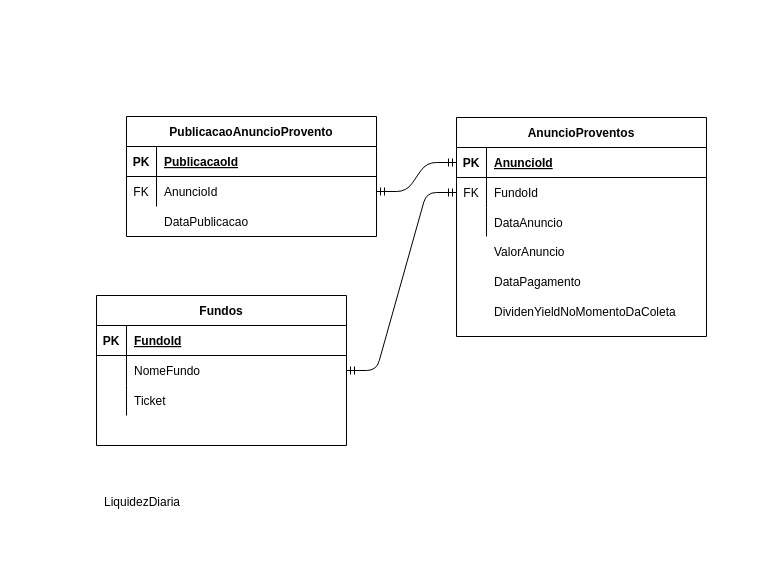
Earlier version of the draw.io diagram RadarFII.Data/ScriptsDB/RadaFii_db.drawio (VitorSancho/RadarFII). Source tidied: cells renumbered, new cells numbered last; positions are measured from the earlier drawing's top-left corner, leaving out a move shared by most shapes. Both pictures are drawn from the tidied source at 100%, with x=0, y=0 at pixel (96, 116).
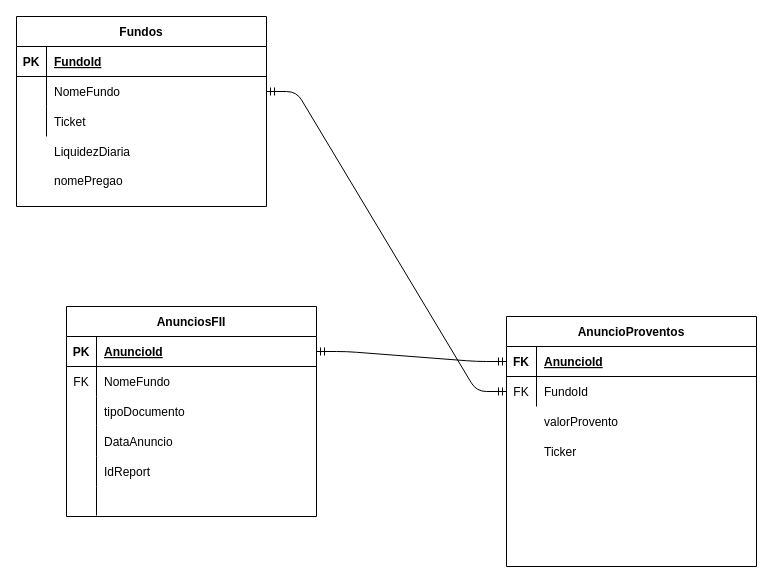
The same diagram, later.

Unchanged cells that the change refers to:
```xml
<mxCell id="5" style="shape=partialRectangle;fillColor=none;points=[[0,0.5],[1,0.5]];portConstraint=eastwest;top=0;left=0;right=0;bottom=1;" parent="4" vertex="1">
  <mxGeometry y="30" width="250" height="30" as="geometry" />
</mxCell>
```

Diff of the diagram source:
```diff
@@
-    <mxCell id="2" style="edgeStyle=entityRelationEdgeStyle;endArrow=ERmandOne;startArrow=ERmandOne;endFill=0;startFill=0;exitX=1;exitY=0.5;exitDx=0;exitDy=0;entryX=0;entryY=0.5;entryDx=0;entryDy=0;" parent="1" edge="1" source="28" target="5">
-      <mxGeometry relative="1" as="geometry" />
-    </mxCell>
@@
     <mxCell id="4" value="AnuncioProventos" style="shape=table;startSize=30;childLayout=tableLayout;rowLines=0;fontStyle=1;align=center;" parent="1" vertex="1">
-      <mxGeometry x="360" y="1" width="250" height="219" as="geometry" />
+      <mxGeometry x="410" y="200" width="250" height="250" as="geometry" />
     </mxCell>
@@
-    <mxCell id="6" value="PK" style="shape=partialRectangle;overflow=hidden;fillColor=none;top=0;left=0;bottom=0;right=0;fontStyle=1;" parent="5" vertex="1">
+    <mxCell id="6" value="FK" style="shape=partialRectangle;overflow=hidden;fillColor=none;top=0;left=0;bottom=0;right=0;fontStyle=1;" parent="5" vertex="1">
       <mxGeometry width="30" height="30" as="geometry" />
     </mxCell>
@@
-    <mxCell id="11" style="shape=partialRectangle;fillColor=none;top=0;left=0;right=0;bottom=0;" parent="4" vertex="1">
-      <mxGeometry y="90" width="250" height="29" as="geometry" />
-    </mxCell>
-    <mxCell id="12" style="shape=partialRectangle;overflow=hidden;fillColor=none;top=0;left=0;bottom=0;right=0;" parent="11" vertex="1">
-      <mxGeometry width="30" height="29" as="geometry" />
-    </mxCell>
-    <mxCell id="13" value="DataAnuncio" style="shape=partialRectangle;overflow=hidden;fillColor=none;top=0;left=0;bottom=0;right=0;align=left;spacingLeft=6;" parent="11" vertex="1">
-      <mxGeometry x="30" width="220" height="29" as="geometry" />
-    </mxCell>
     <mxCell id="14" value="Fundos" style="shape=table;startSize=30;childLayout=tableLayout;rowLines=0;fontStyle=1;align=center;" parent="1" vertex="1">
-      <mxGeometry y="179" width="250" height="150" as="geometry" />
+      <mxGeometry x="-80" y="-100" width="250" height="190" as="geometry" />
     </mxCell>
@@
-    <mxCell id="24" value="PublicacaoAnuncioProvento" style="shape=table;startSize=30;childLayout=tableLayout;rowLines=0;fontStyle=1;align=center;" parent="1" vertex="1">
-      <mxGeometry x="30" width="250" height="120" as="geometry" />
-    </mxCell>
+    <mxCell id="41" value="LiquidezDiaria" style="shape=partialRectangle;overflow=hidden;fillColor=none;top=0;left=0;bottom=0;right=0;align=left;spacingLeft=6;" parent="1" vertex="1">
+      <mxGeometry x="-50" y="20" width="220" height="30" as="geometry" />
+    </mxCell>
+    <mxCell id="42" value="AnunciosFII" style="shape=table;startSize=30;childLayout=tableLayout;rowLines=0;fontStyle=1;align=center;" parent="1" vertex="1">
+      <mxGeometry x="-30" y="190" width="250" height="210" as="geometry" />
+    </mxCell>
-    <mxCell id="25" style="shape=partialRectangle;fillColor=none;points=[[0,0.5],[1,0.5]];portConstraint=eastwest;top=0;left=0;right=0;bottom=1;" parent="24" vertex="1">
+    <mxCell id="25" style="shape=partialRectangle;fillColor=none;points=[[0,0.5],[1,0.5]];portConstraint=eastwest;top=0;left=0;right=0;bottom=1;" parent="42" vertex="1">
       <mxGeometry y="30" width="250" height="30" as="geometry" />
     </mxCell>
@@
-    <mxCell id="27" value="PublicacaoId" style="shape=partialRectangle;overflow=hidden;fillColor=none;top=0;left=0;bottom=0;right=0;align=left;spacingLeft=6;fontStyle=5;" parent="25" vertex="1">
-      <mxGeometry x="30" width="220" height="30" as="geometry" />
-    </mxCell>
+    <mxCell id="30" value="AnuncioId" style="shape=partialRectangle;overflow=hidden;fillColor=none;top=0;left=0;bottom=0;right=0;align=left;spacingLeft=6;fontStyle=5;" parent="25" vertex="1">
+      <mxGeometry x="30" width="220" height="30" as="geometry" />
+    </mxCell>
-    <mxCell id="28" style="shape=partialRectangle;fillColor=none;points=[[0,0.5],[1,0.5]];portConstraint=eastwest;top=0;left=0;right=0;bottom=0;" parent="24" vertex="1">
+    <mxCell id="28" style="shape=partialRectangle;fillColor=none;points=[[0,0.5],[1,0.5]];portConstraint=eastwest;top=0;left=0;right=0;bottom=0;" parent="42" vertex="1">
       <mxGeometry y="60" width="250" height="30" as="geometry" />
     </mxCell>
@@
-    <mxCell id="30" value="AnuncioId" style="shape=partialRectangle;overflow=hidden;fillColor=none;top=0;left=0;bottom=0;right=0;align=left;spacingLeft=6;" parent="28" vertex="1">
-      <mxGeometry x="30" width="220" height="30" as="geometry" />
-    </mxCell>
-    <mxCell id="31" style="shape=partialRectangle;fillColor=none;top=0;left=0;right=0;bottom=0;" parent="1" vertex="1">
-      <mxGeometry x="360" y="120" width="250" height="29" as="geometry" />
-    </mxCell>
-    <mxCell id="32" style="shape=partialRectangle;overflow=hidden;fillColor=none;top=0;left=0;bottom=0;right=0;" parent="31" vertex="1">
-      <mxGeometry width="30" height="29" as="geometry" />
-    </mxCell>
-    <mxCell id="33" value="ValorAnuncio" style="shape=partialRectangle;overflow=hidden;fillColor=none;top=0;left=0;bottom=0;right=0;align=left;spacingLeft=6;" parent="31" vertex="1">
-      <mxGeometry x="30" width="220" height="29" as="geometry" />
-    </mxCell>
-    <mxCell id="34" style="shape=partialRectangle;fillColor=none;top=0;left=0;right=0;bottom=0;" parent="1" vertex="1">
-      <mxGeometry x="360" y="150" width="250" height="29" as="geometry" />
-    </mxCell>
-    <mxCell id="35" style="shape=partialRectangle;overflow=hidden;fillColor=none;top=0;left=0;bottom=0;right=0;" parent="34" vertex="1">
-      <mxGeometry width="30" height="29" as="geometry" />
-    </mxCell>
-    <mxCell id="36" value="DataPagamento" style="shape=partialRectangle;overflow=hidden;fillColor=none;top=0;left=0;bottom=0;right=0;align=left;spacingLeft=6;" parent="34" vertex="1">
-      <mxGeometry x="30" width="220" height="29" as="geometry" />
-    </mxCell>
-    <mxCell id="37" style="shape=partialRectangle;fillColor=none;top=0;left=0;right=0;bottom=0;" parent="1" vertex="1">
-      <mxGeometry x="360" y="180" width="250" height="29" as="geometry" />
-    </mxCell>
-    <mxCell id="38" style="shape=partialRectangle;overflow=hidden;fillColor=none;top=0;left=0;bottom=0;right=0;" parent="37" vertex="1">
-      <mxGeometry width="30" height="29" as="geometry" />
-    </mxCell>
-    <mxCell id="39" value="DividenYieldNoMomentoDaColeta" style="shape=partialRectangle;overflow=hidden;fillColor=none;top=0;left=0;bottom=0;right=0;align=left;spacingLeft=6;" parent="37" vertex="1">
-      <mxGeometry x="30" width="220" height="29" as="geometry" />
-    </mxCell>
-    <mxCell id="40" value="DataPublicacao" style="shape=partialRectangle;overflow=hidden;fillColor=none;top=0;left=0;bottom=0;right=0;align=left;spacingLeft=6;" parent="1" vertex="1">
-      <mxGeometry x="60" y="90" width="220" height="30" as="geometry" />
-    </mxCell>
-    <mxCell id="41" value="LiquidezDiaria" style="shape=partialRectangle;overflow=hidden;fillColor=none;top=0;left=0;bottom=0;right=0;align=left;spacingLeft=6;" parent="1" vertex="1">
-      <mxGeometry y="370" width="220" height="30" as="geometry" />
-    </mxCell>
+    <mxCell id="43" value="NomeFundo" style="shape=partialRectangle;overflow=hidden;fillColor=none;top=0;left=0;bottom=0;right=0;align=left;spacingLeft=6;" parent="28" vertex="1">
+      <mxGeometry x="30" width="220" height="30" as="geometry" />
+    </mxCell>
+    <mxCell id="44" style="shape=partialRectangle;fillColor=none;top=0;left=0;right=0;bottom=0;" parent="42" vertex="1">
+      <mxGeometry y="90" width="250" height="29" as="geometry" />
+    </mxCell>
+    <mxCell id="45" style="shape=partialRectangle;overflow=hidden;fillColor=none;top=0;left=0;bottom=0;right=0;" parent="44" vertex="1">
+      <mxGeometry width="30" height="29" as="geometry" />
+    </mxCell>
+    <mxCell id="46" value="tipoDocumento" style="shape=partialRectangle;overflow=hidden;fillColor=none;top=0;left=0;bottom=0;right=0;align=left;spacingLeft=6;" parent="44" vertex="1">
+      <mxGeometry x="30" width="220" height="29" as="geometry" />
+    </mxCell>
+    <mxCell id="11" style="shape=partialRectangle;fillColor=none;top=0;left=0;right=0;bottom=0;" parent="42" vertex="1">
+      <mxGeometry y="119" width="250" height="31" as="geometry" />
+    </mxCell>
+    <mxCell id="12" style="shape=partialRectangle;overflow=hidden;fillColor=none;top=0;left=0;bottom=0;right=0;" parent="11" vertex="1">
+      <mxGeometry width="30" height="31" as="geometry" />
+    </mxCell>
+    <mxCell id="13" value="DataAnuncio" style="shape=partialRectangle;overflow=hidden;fillColor=none;top=0;left=0;bottom=0;right=0;align=left;spacingLeft=6;" parent="11" vertex="1">
+      <mxGeometry x="30" width="220" height="31" as="geometry" />
+    </mxCell>
+    <mxCell id="47" style="shape=partialRectangle;fillColor=none;top=0;left=0;right=0;bottom=0;" parent="42" vertex="1">
+      <mxGeometry y="150" width="250" height="30" as="geometry" />
+    </mxCell>
+    <mxCell id="48" style="shape=partialRectangle;overflow=hidden;fillColor=none;top=0;left=0;bottom=0;right=0;" parent="47" vertex="1">
+      <mxGeometry width="30" height="30" as="geometry" />
+    </mxCell>
+    <mxCell id="49" style="shape=partialRectangle;overflow=hidden;fillColor=none;top=0;left=0;bottom=0;right=0;align=left;spacingLeft=6;" parent="47" vertex="1">
+      <mxGeometry x="30" width="220" height="30" as="geometry" />
+    </mxCell>
+    <mxCell id="50" style="shape=partialRectangle;fillColor=none;top=0;left=0;right=0;bottom=0;" parent="42" vertex="1">
+      <mxGeometry y="180" width="250" height="29" as="geometry" />
+    </mxCell>
+    <mxCell id="51" style="shape=partialRectangle;overflow=hidden;fillColor=none;top=0;left=0;bottom=0;right=0;" parent="50" vertex="1">
+      <mxGeometry width="30" height="29" as="geometry" />
+    </mxCell>
+    <mxCell id="52" style="shape=partialRectangle;overflow=hidden;fillColor=none;top=0;left=0;bottom=0;right=0;align=left;spacingLeft=6;" parent="50" vertex="1">
+      <mxGeometry x="30" width="220" height="29" as="geometry" />
+    </mxCell>
+    <mxCell id="53" value="nomePregao" style="shape=partialRectangle;overflow=hidden;fillColor=none;top=0;left=0;bottom=0;right=0;align=left;spacingLeft=6;" parent="1" vertex="1">
+      <mxGeometry x="-50" y="49" width="220" height="30" as="geometry" />
+    </mxCell>
+    <mxCell id="54" style="shape=partialRectangle;fillColor=none;top=0;left=0;right=0;bottom=0;" parent="1" vertex="1">
+      <mxGeometry x="410" y="320" width="250" height="29" as="geometry" />
+    </mxCell>
+    <mxCell id="55" style="shape=partialRectangle;overflow=hidden;fillColor=none;top=0;left=0;bottom=0;right=0;" parent="54" vertex="1">
+      <mxGeometry width="30" height="29" as="geometry" />
+    </mxCell>
+    <mxCell id="56" value="Ticker" style="shape=partialRectangle;overflow=hidden;fillColor=none;top=0;left=0;bottom=0;right=0;align=left;spacingLeft=6;" parent="54" vertex="1">
+      <mxGeometry x="30" width="220" height="29" as="geometry" />
+    </mxCell>
+    <mxCell id="57" style="edgeStyle=entityRelationEdgeStyle;endArrow=ERmandOne;startArrow=ERmandOne;endFill=0;startFill=0;exitX=0;exitY=0.5;exitDx=0;exitDy=0;entryX=1;entryY=0.5;entryDx=0;entryDy=0;" parent="1" edge="1" source="5" target="25">
+      <mxGeometry relative="1" as="geometry" />
+    </mxCell>
+    <mxCell id="58" style="shape=partialRectangle;fillColor=none;top=0;left=0;right=0;bottom=0;" parent="1" vertex="1">
+      <mxGeometry x="410" y="290" width="250" height="29" as="geometry" />
+    </mxCell>
+    <mxCell id="59" style="shape=partialRectangle;overflow=hidden;fillColor=none;top=0;left=0;bottom=0;right=0;" parent="58" vertex="1">
+      <mxGeometry width="30" height="29" as="geometry" />
+    </mxCell>
+    <mxCell id="60" value="valorProvento" style="shape=partialRectangle;overflow=hidden;fillColor=none;top=0;left=0;bottom=0;right=0;align=left;spacingLeft=6;" parent="58" vertex="1">
+      <mxGeometry x="30" width="220" height="29" as="geometry" />
+    </mxCell>
+    <mxCell id="61" style="shape=partialRectangle;fillColor=none;top=0;left=0;right=0;bottom=0;" parent="1" vertex="1">
+      <mxGeometry x="-30" y="340" width="250" height="29" as="geometry" />
+    </mxCell>
+    <mxCell id="62" style="shape=partialRectangle;overflow=hidden;fillColor=none;top=0;left=0;bottom=0;right=0;" parent="61" vertex="1">
+      <mxGeometry width="30" height="29" as="geometry" />
+    </mxCell>
+    <mxCell id="63" value="IdReport" style="shape=partialRectangle;overflow=hidden;fillColor=none;top=0;left=0;bottom=0;right=0;align=left;spacingLeft=6;" parent="61" vertex="1">
+      <mxGeometry x="30" width="220" height="29" as="geometry" />
+    </mxCell>
```
